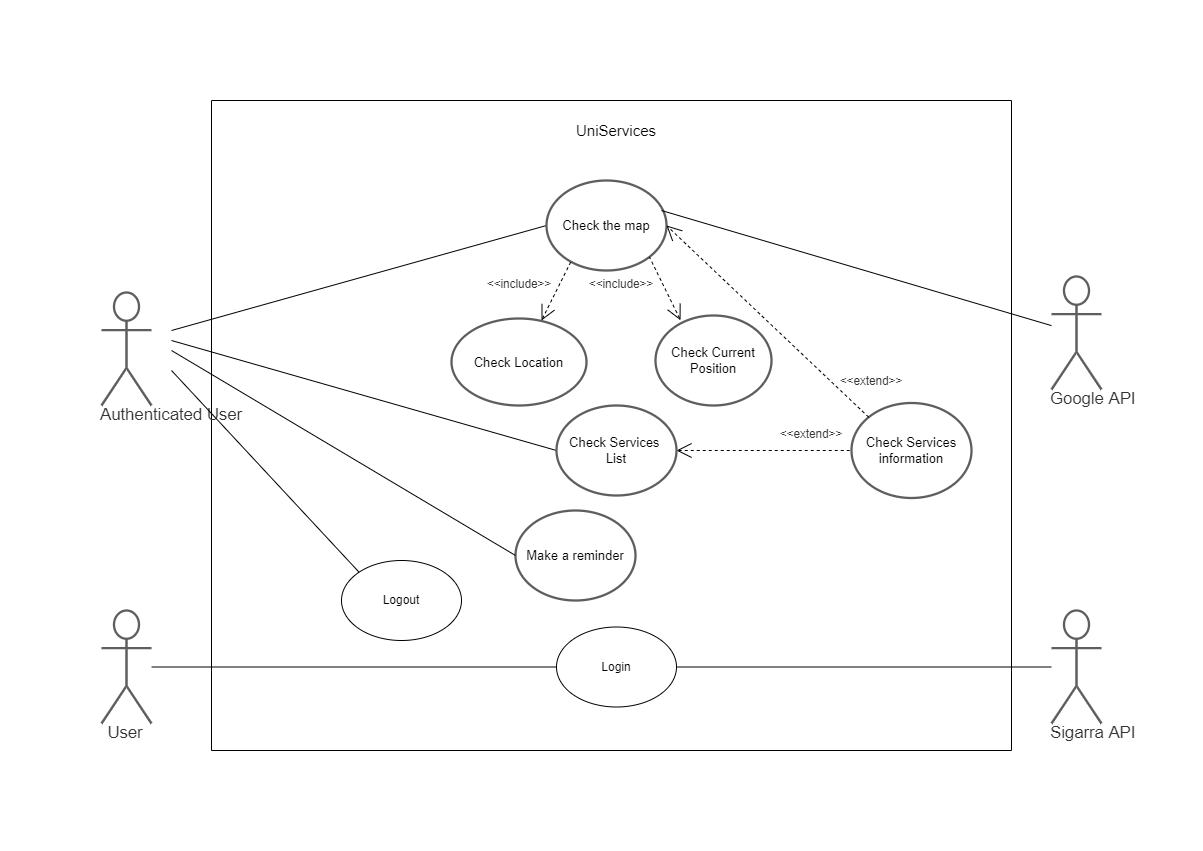
Before: images/ESOF.png, a diagram exported from draw.io (LEIC-ES-2021-22/3LEIC06T1). Source tidied: cells renumbered, new cells last; positions are measured from the earlier drawing's top-left corner, leaving out a move shared by most shapes.
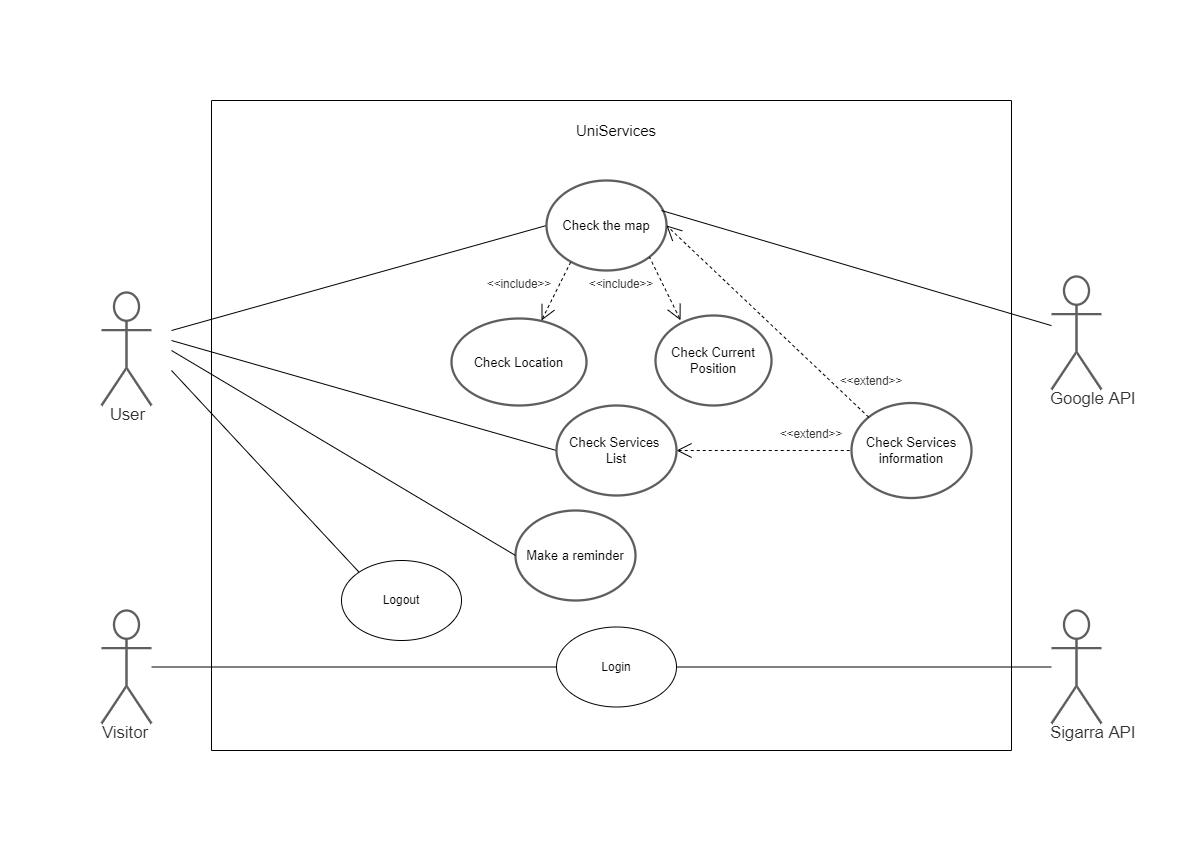
Above is the later version.

Commit message:
Other fixes to the use cases diagram

Change to the diagram source:
```diff
@@ -10,7 +10,7 @@
     <mxCell id="3" style="edgeStyle=orthogonalEdgeStyle;rounded=0;jettySize=auto;html=1;entryX=0;entryY=0.5;entryDx=0;entryDy=0;endArrow=none;endFill=0;endSize=12;" parent="1" edge="1" source="4" target="9">
       <mxGeometry relative="1" as="geometry" />
     </mxCell>
-    <mxCell id="4" value="User" style="html=1;overflow=block;blockSpacing=1;shape=umlActor;labelPosition=center;verticalLabelPosition=bottom;verticalAlign=top;whiteSpace=nowrap;fontSize=16.7;fontColor=#333333;spacing=0;strokeColor=#5e5e5e;strokeOpacity=100;rounded=1;absoluteArcSize=1;arcSize=9;strokeWidth=2.3;" parent="1" vertex="1">
+    <mxCell id="4" value="Visitor" style="html=1;overflow=block;blockSpacing=1;shape=umlActor;labelPosition=center;verticalLabelPosition=bottom;verticalAlign=top;whiteSpace=nowrap;fontSize=16.7;fontColor=#333333;spacing=0;strokeColor=#5e5e5e;strokeOpacity=100;rounded=1;absoluteArcSize=1;arcSize=9;strokeWidth=2.3;" parent="1" vertex="1">
       <mxGeometry y="510" width="50" height="113" as="geometry" />
     </mxCell>
     <mxCell id="5" value="Check Current Position" style="html=1;overflow=block;blockSpacing=1;whiteSpace=wrap;ellipse;fontSize=13;spacing=3.8;strokeColor=#5e5e5e;strokeOpacity=100;rounded=1;absoluteArcSize=1;arcSize=9;strokeWidth=2.3;" parent="1" vertex="1">
@@ -85,7 +85,7 @@
     <mxCell id="25" value="Sigarra API" style="html=1;overflow=block;blockSpacing=1;shape=umlActor;labelPosition=center;verticalLabelPosition=bottom;verticalAlign=top;whiteSpace=nowrap;fontSize=16.7;fontColor=#333333;spacing=0;strokeColor=#5e5e5e;strokeOpacity=100;rounded=1;absoluteArcSize=1;arcSize=9;strokeWidth=2.3;" parent="1" vertex="1">
       <mxGeometry x="950" y="510" width="50" height="113" as="geometry" />
     </mxCell>
-    <mxCell id="26" value="Authenticated User" style="html=1;overflow=block;blockSpacing=1;shape=umlActor;labelPosition=center;verticalLabelPosition=bottom;verticalAlign=top;whiteSpace=nowrap;fontSize=16.7;fontColor=#333333;spacing=0;strokeColor=#5e5e5e;strokeOpacity=100;rounded=1;absoluteArcSize=1;arcSize=9;strokeWidth=2.3;align=center;" parent="1" vertex="1">
+    <mxCell id="26" value="&amp;nbsp;User" style="html=1;overflow=block;blockSpacing=1;shape=umlActor;labelPosition=center;verticalLabelPosition=bottom;verticalAlign=top;whiteSpace=nowrap;fontSize=16.7;fontColor=#333333;spacing=0;strokeColor=#5e5e5e;strokeOpacity=100;rounded=1;absoluteArcSize=1;arcSize=9;strokeWidth=2.3;align=center;" parent="1" vertex="1">
       <mxGeometry y="192" width="50" height="113" as="geometry" />
     </mxCell>
     <mxCell id="27" style="endArrow=none;html=1;rounded=0;fontSize=15;startSize=13;endSize=13;strokeWidth=1;endFill=0;" parent="1" edge="1" source="25" target="9">
```
